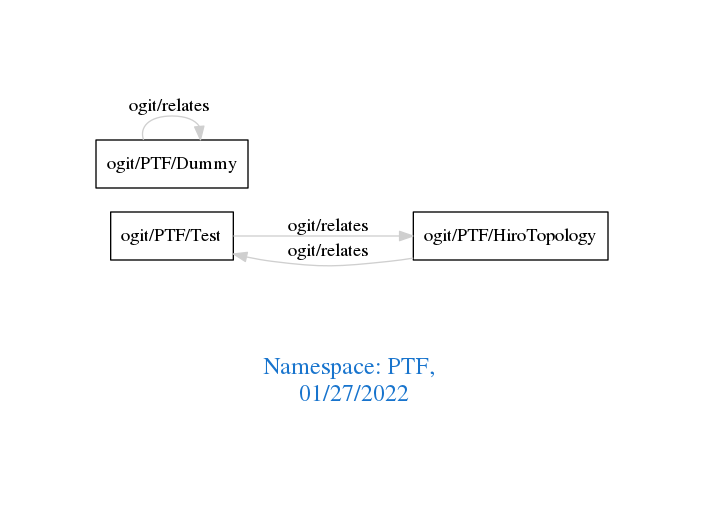
Earlier version of the Graphviz export downloads/PTF.png (arago/OGIT). Its source is kept beside it as downloads/PTF.dot.
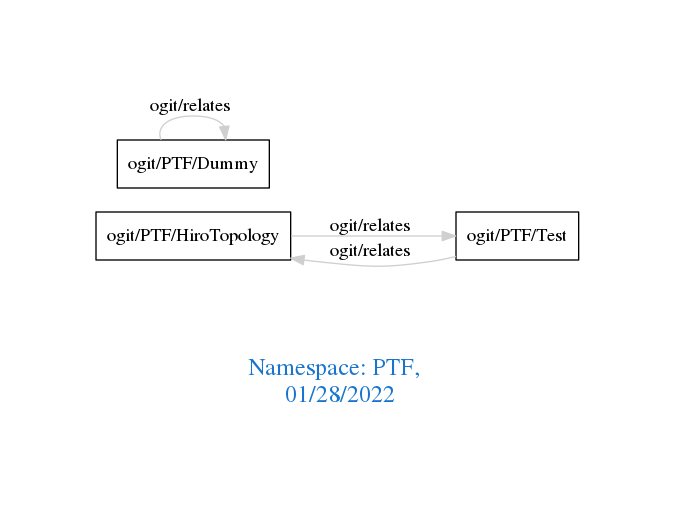
The same diagram one commit later.

What changed in the source:
```diff
@@ -1,11 +1,11 @@
 digraph OGIT_ontology {
  graph [ rankdir= LR,pad=1
 fontsize = 18,
-fontcolor= dodgerblue3,label = "\n\n\nNamespace: PTF, \n 01/27/2022"];
+fontcolor= dodgerblue3,label = "\n\n\nNamespace: PTF, \n 01/28/2022"];
 node[shape=polygon];
 edge [  color="gray81"];
 
+   "ogit/PTF/HiroTopology" -> "ogit/PTF/Test" [label="   ogit/relates    "];
    "ogit/PTF/Test" -> "ogit/PTF/HiroTopology" [label="   ogit/relates    "];
-   "ogit/PTF/HiroTopology" -> "ogit/PTF/Test" [label="   ogit/relates    "];
    "ogit/PTF/Dummy" -> "ogit/PTF/Dummy" [label="   ogit/relates    "];
 }
```
